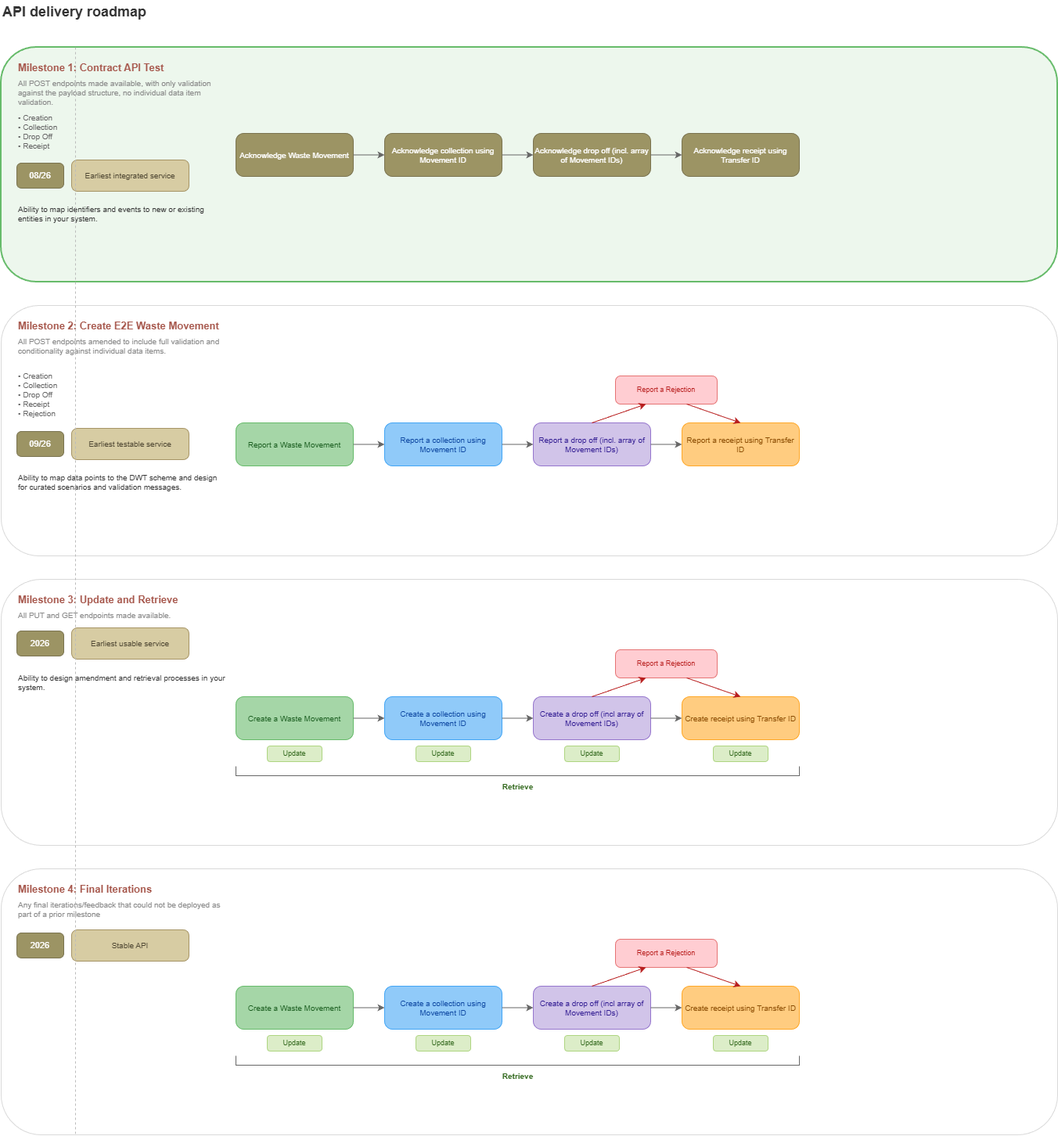
Earlier version of the draw.io export docs/images/dwt-api-delivery-roadmap.png (DEFRA/digital-waste-tracking-api-docs). Source tidied: cells renumbered, new cells last; positions are measured from the earlier drawing's top-left corner, leaving out a move shared by most shapes.
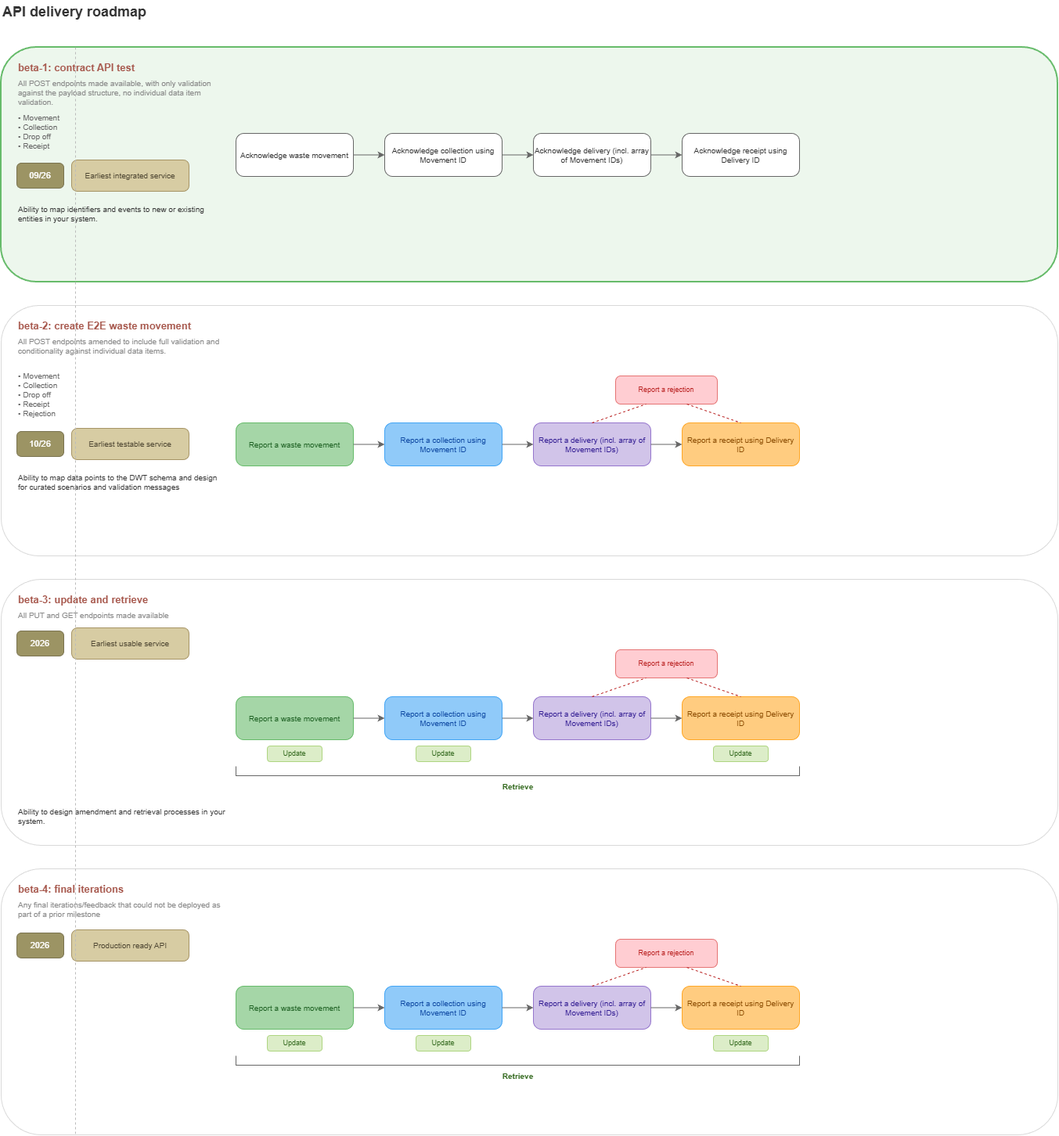
The same diagram one commit later.

What changed in the source:
```diff
@@ -10,3 +10,3 @@
     </mxCell>
-    <mxCell id="4" value="Milestone 1: Contract API Test" style="text;html=1;fontSize=13;fontStyle=1;fontColor=#A6564B;align=left;verticalAlign=top;" parent="1" vertex="1">
+    <mxCell id="4" value="beta-1: contract API test" style="text;html=1;fontSize=13;fontStyle=1;fontColor=#A6564B;align=left;verticalAlign=top;" parent="1" vertex="1">
       <mxGeometry x="20" y="72" width="700" height="20" as="geometry" />
@@ -16,6 +16,6 @@
     </mxCell>
-    <mxCell id="6" value="• Creation&lt;br&gt;• Collection&lt;br&gt;• Drop Off&lt;br&gt;• Receipt" style="text;html=1;fontSize=10;fontColor=#666666;align=left;verticalAlign=top;whiteSpace=wrap;" parent="1" vertex="1">
+    <mxCell id="6" value="• Movement&lt;br&gt;• Collection&lt;br&gt;• Drop off&lt;br&gt;• Receipt" style="text;html=1;fontSize=10;fontColor=#666666;align=left;verticalAlign=top;whiteSpace=wrap;" parent="1" vertex="1">
       <mxGeometry x="20" y="138" width="270" height="65" as="geometry" />
     </mxCell>
-    <mxCell id="7" value="08/26" style="rounded=1;whiteSpace=wrap;html=1;arcSize=18;fillColor=#9C9464;strokeColor=#7A7350;fontColor=#FFFFFF;fontSize=11;align=center;verticalAlign=middle;" parent="1" vertex="1">
+    <mxCell id="7" value="09/26" style="rounded=1;whiteSpace=wrap;html=1;arcSize=18;fillColor=#9C9464;strokeColor=#7A7350;fontColor=#FFFFFF;fontSize=11;align=center;verticalAlign=middle;" parent="1" vertex="1">
       <mxGeometry x="20" y="208" width="60" height="32" as="geometry" />
@@ -28,12 +28,12 @@
     </mxCell>
-    <mxCell id="10" value="Acknowledge Waste Movement" style="rounded=1;whiteSpace=wrap;html=1;arcSize=18;fillColor=#9C9464;strokeColor=#7A7350;fontColor=#FFFFFF;fontSize=10;align=center;verticalAlign=middle;" parent="1" vertex="1">
+    <mxCell id="10" value="Acknowledge waste movement" style="rounded=1;whiteSpace=wrap;html=1;arcSize=18;fillColor=#FFFFFF;strokeColor=#666666;fontColor=#333333;fontSize=10;align=center;verticalAlign=middle;" parent="1" vertex="1">
       <mxGeometry x="300" y="170" width="150" height="55" as="geometry" />
     </mxCell>
-    <mxCell id="11" value="Acknowledge collection using Movement ID" style="rounded=1;whiteSpace=wrap;html=1;arcSize=18;fillColor=#9C9464;strokeColor=#7A7350;fontColor=#FFFFFF;fontSize=10;align=center;verticalAlign=middle;" parent="1" vertex="1">
+    <mxCell id="11" value="Acknowledge collection using Movement ID" style="rounded=1;whiteSpace=wrap;html=1;arcSize=18;fillColor=#FFFFFF;strokeColor=#666666;fontColor=#333333;fontSize=10;align=center;verticalAlign=middle;" parent="1" vertex="1">
       <mxGeometry x="490" y="170" width="150" height="55" as="geometry" />
     </mxCell>
-    <mxCell id="12" value="Acknowledge drop off (incl. array of Movement IDs)" style="rounded=1;whiteSpace=wrap;html=1;arcSize=18;fillColor=#9C9464;strokeColor=#7A7350;fontColor=#FFFFFF;fontSize=10;align=center;verticalAlign=middle;" parent="1" vertex="1">
+    <mxCell id="12" value="Acknowledge delivery (incl. array of Movement IDs)" style="rounded=1;whiteSpace=wrap;html=1;arcSize=18;fillColor=#FFFFFF;strokeColor=#666666;fontColor=#333333;fontSize=10;align=center;verticalAlign=middle;" parent="1" vertex="1">
       <mxGeometry x="680" y="170" width="150" height="55" as="geometry" />
     </mxCell>
-    <mxCell id="13" value="Acknowledge receipt using Transfer ID" style="rounded=1;whiteSpace=wrap;html=1;arcSize=18;fillColor=#9C9464;strokeColor=#7A7350;fontColor=#FFFFFF;fontSize=10;align=center;verticalAlign=middle;" parent="1" vertex="1">
+    <mxCell id="13" value="Acknowledge receipt using Delivery ID" style="rounded=1;whiteSpace=wrap;html=1;arcSize=18;fillColor=#FFFFFF;strokeColor=#666666;fontColor=#333333;fontSize=10;align=center;verticalAlign=middle;" parent="1" vertex="1">
       <mxGeometry x="870" y="170" width="150" height="55" as="geometry" />
@@ -52,3 +52,3 @@
     </mxCell>
-    <mxCell id="18" value="Milestone 2: Create E2E Waste Movement" style="text;html=1;fontSize=13;fontStyle=1;fontColor=#A6564B;align=left;verticalAlign=top;" parent="1" vertex="1">
+    <mxCell id="18" value="beta-2: create E2E waste movement" style="text;html=1;fontSize=13;fontStyle=1;fontColor=#A6564B;align=left;verticalAlign=top;" parent="1" vertex="1">
       <mxGeometry x="20" y="402" width="700" height="20" as="geometry" />
@@ -58,6 +58,6 @@
     </mxCell>
-    <mxCell id="20" value="• Creation&lt;br&gt;• Collection&lt;br&gt;• Drop Off&lt;br&gt;• Receipt&lt;br&gt;• Rejection" style="text;html=1;fontSize=10;fontColor=#666666;align=left;verticalAlign=top;whiteSpace=wrap;" parent="1" vertex="1">
+    <mxCell id="20" value="• Movement&lt;br&gt;• Collection&lt;br&gt;• Drop off&lt;br&gt;• Receipt&lt;br&gt;• Rejection" style="text;html=1;fontSize=10;fontColor=#666666;align=left;verticalAlign=top;whiteSpace=wrap;" parent="1" vertex="1">
       <mxGeometry x="20" y="468" width="270" height="78" as="geometry" />
     </mxCell>
-    <mxCell id="21" value="09/26" style="rounded=1;whiteSpace=wrap;html=1;arcSize=18;fillColor=#9C9464;strokeColor=#7A7350;fontColor=#FFFFFF;fontSize=11;align=center;verticalAlign=middle;" parent="1" vertex="1">
+    <mxCell id="21" value="10/26" style="rounded=1;whiteSpace=wrap;html=1;arcSize=18;fillColor=#9C9464;strokeColor=#7A7350;fontColor=#FFFFFF;fontSize=11;align=center;verticalAlign=middle;" parent="1" vertex="1">
       <mxGeometry x="20" y="551" width="60" height="32" as="geometry" />
@@ -67,6 +67,6 @@
     </mxCell>
-    <mxCell id="23" value="Ability to map data points to the DWT scheme and design for curated scenarios and validation messages." style="text;html=1;fontSize=10;fontColor=#333333;align=left;verticalAlign=top;whiteSpace=wrap;" parent="1" vertex="1">
+    <mxCell id="23" value="Ability to map data points to the DWT schema and design for curated scenarios and validation messages" style="text;html=1;fontSize=10;fontColor=#333333;align=left;verticalAlign=top;whiteSpace=wrap;" parent="1" vertex="1">
       <mxGeometry x="20" y="598" width="270" height="55" as="geometry" />
     </mxCell>
-    <mxCell id="24" value="Report a Waste Movement" style="rounded=1;whiteSpace=wrap;html=1;arcSize=18;fillColor=#A5D6A7;strokeColor=#66BB6A;fontColor=#1B5E20;fontSize=10;align=center;verticalAlign=middle;" parent="1" vertex="1">
+    <mxCell id="24" value="Report a waste movement" style="rounded=1;whiteSpace=wrap;html=1;arcSize=18;fillColor=#A5D6A7;strokeColor=#66BB6A;fontColor=#1B5E20;fontSize=10;align=center;verticalAlign=middle;" parent="1" vertex="1">
       <mxGeometry x="300" y="540" width="150" height="55" as="geometry" />
@@ -76,6 +76,6 @@
     </mxCell>
-    <mxCell id="26" value="Report a drop off (incl. array of Movement IDs)" style="rounded=1;whiteSpace=wrap;html=1;arcSize=18;fillColor=#D1C4E9;strokeColor=#9575CD;fontColor=#311B92;fontSize=10;align=center;verticalAlign=middle;" parent="1" vertex="1">
+    <mxCell id="26" value="Report a delivery (incl. array of Movement IDs)" style="rounded=1;whiteSpace=wrap;html=1;arcSize=18;fillColor=#D1C4E9;strokeColor=#9575CD;fontColor=#311B92;fontSize=10;align=center;verticalAlign=middle;" parent="1" vertex="1">
       <mxGeometry x="680" y="540" width="150" height="55" as="geometry" />
     </mxCell>
-    <mxCell id="27" value="Report a receipt using Transfer ID" style="rounded=1;whiteSpace=wrap;html=1;arcSize=18;fillColor=#FFCC80;strokeColor=#FFA726;fontColor=#8A4B00;fontSize=10;align=center;verticalAlign=middle;" parent="1" vertex="1">
+    <mxCell id="27" value="Report a receipt using Delivery ID" style="rounded=1;whiteSpace=wrap;html=1;arcSize=18;fillColor=#FFCC80;strokeColor=#FFA726;fontColor=#8A4B00;fontSize=10;align=center;verticalAlign=middle;" parent="1" vertex="1">
       <mxGeometry x="870" y="540" width="150" height="55" as="geometry" />
@@ -91,9 +91,9 @@
     </mxCell>
-    <mxCell id="31" value="Report a Rejection" style="rounded=1;whiteSpace=wrap;html=1;arcSize=18;fillColor=#FFCDD2;strokeColor=#E57373;fontColor=#B71C1C;fontSize=9;align=center;verticalAlign=middle;" parent="1" vertex="1">
+    <mxCell id="31" value="Report a rejection" style="rounded=1;whiteSpace=wrap;html=1;arcSize=18;fillColor=#FFCDD2;strokeColor=#E57373;fontColor=#B71C1C;fontSize=9;align=center;verticalAlign=middle;" parent="1" vertex="1">
       <mxGeometry x="785" y="480" width="130" height="36" as="geometry" />
     </mxCell>
-    <mxCell id="32" style="endArrow=classic;html=1;strokeColor=#B71C1C;rounded=0;exitX=0.5;exitY=0;exitDx=0;exitDy=0;entryX=0.3;entryY=1;entryDx=0;entryDy=0;" parent="1" edge="1" source="26" target="31">
+    <mxCell id="32" style="endArrow=none;dashed=1;html=1;strokeColor=#B71C1C;rounded=0;exitX=0.5;exitY=0;exitDx=0;exitDy=0;entryX=0.3;entryY=1;entryDx=0;entryDy=0;" parent="1" edge="1" source="26" target="31">
       <mxGeometry relative="1" as="geometry" />
     </mxCell>
-    <mxCell id="33" style="endArrow=classic;html=1;strokeColor=#B71C1C;rounded=0;exitX=0.7;exitY=1;exitDx=0;exitDy=0;entryX=0.5;entryY=0;entryDx=0;entryDy=0;" parent="1" edge="1" source="31" target="27">
+    <mxCell id="33" style="endArrow=none;dashed=1;html=1;strokeColor=#B71C1C;rounded=0;exitX=0.7;exitY=1;exitDx=0;exitDy=0;entryX=0.5;entryY=0;entryDx=0;entryDy=0;" parent="1" edge="1" source="31" target="27">
       <mxGeometry relative="1" as="geometry" />
@@ -103,6 +103,6 @@
     </mxCell>
-    <mxCell id="35" value="Milestone 3: Update and Retrieve" style="text;html=1;fontSize=13;fontStyle=1;fontColor=#A6564B;align=left;verticalAlign=top;" parent="1" vertex="1">
+    <mxCell id="35" value="beta-3: update and retrieve" style="text;html=1;fontSize=13;fontStyle=1;fontColor=#A6564B;align=left;verticalAlign=top;" parent="1" vertex="1">
       <mxGeometry x="20" y="752" width="700" height="20" as="geometry" />
     </mxCell>
-    <mxCell id="36" value="All PUT and GET endpoints made available." style="text;html=1;fontSize=10;fontColor=#8A8A8A;align=left;verticalAlign=top;whiteSpace=wrap;" parent="1" vertex="1">
+    <mxCell id="36" value="All PUT and GET endpoints made available" style="text;html=1;fontSize=10;fontColor=#8A8A8A;align=left;verticalAlign=top;whiteSpace=wrap;" parent="1" vertex="1">
       <mxGeometry x="20" y="774" width="270" height="24" as="geometry" />
@@ -116,14 +116,14 @@
     <mxCell id="39" value="Ability to design amendment and retrieval processes in your system." style="text;html=1;fontSize=10;fontColor=#333333;align=left;verticalAlign=top;whiteSpace=wrap;" parent="1" vertex="1">
-      <mxGeometry x="20" y="854" width="270" height="40" as="geometry" />
+      <mxGeometry x="20" y="1025" width="270" height="40" as="geometry" />
     </mxCell>
-    <mxCell id="40" value="Create a Waste Movement" style="rounded=1;whiteSpace=wrap;html=1;arcSize=18;fillColor=#A5D6A7;strokeColor=#66BB6A;fontColor=#1B5E20;fontSize=10;align=center;verticalAlign=middle;" parent="1" vertex="1">
+    <mxCell id="40" value="Report a waste movement" style="rounded=1;whiteSpace=wrap;html=1;arcSize=18;fillColor=#A5D6A7;strokeColor=#66BB6A;fontColor=#1B5E20;fontSize=10;align=center;verticalAlign=middle;" parent="1" vertex="1">
       <mxGeometry x="300" y="890" width="150" height="55" as="geometry" />
     </mxCell>
-    <mxCell id="41" value="Create a collection using Movement ID" style="rounded=1;whiteSpace=wrap;html=1;arcSize=18;fillColor=#90CAF9;strokeColor=#42A5F5;fontColor=#0D47A1;fontSize=10;align=center;verticalAlign=middle;" parent="1" vertex="1">
+    <mxCell id="41" value="Report a collection using Movement ID" style="rounded=1;whiteSpace=wrap;html=1;arcSize=18;fillColor=#90CAF9;strokeColor=#42A5F5;fontColor=#0D47A1;fontSize=10;align=center;verticalAlign=middle;" parent="1" vertex="1">
       <mxGeometry x="490" y="890" width="150" height="55" as="geometry" />
     </mxCell>
-    <mxCell id="42" value="Create a drop off (incl array of Movement IDs)" style="rounded=1;whiteSpace=wrap;html=1;arcSize=18;fillColor=#D1C4E9;strokeColor=#9575CD;fontColor=#311B92;fontSize=10;align=center;verticalAlign=middle;" parent="1" vertex="1">
+    <mxCell id="42" value="Report a delivery (incl. array of Movement IDs)" style="rounded=1;whiteSpace=wrap;html=1;arcSize=18;fillColor=#D1C4E9;strokeColor=#9575CD;fontColor=#311B92;fontSize=10;align=center;verticalAlign=middle;" parent="1" vertex="1">
       <mxGeometry x="680" y="890" width="150" height="55" as="geometry" />
     </mxCell>
-    <mxCell id="43" value="Create receipt using Transfer ID" style="rounded=1;whiteSpace=wrap;html=1;arcSize=18;fillColor=#FFCC80;strokeColor=#FFA726;fontColor=#8A4B00;fontSize=10;align=center;verticalAlign=middle;" parent="1" vertex="1">
+    <mxCell id="43" value="Report a receipt using Delivery ID" style="rounded=1;whiteSpace=wrap;html=1;arcSize=18;fillColor=#FFCC80;strokeColor=#FFA726;fontColor=#8A4B00;fontSize=10;align=center;verticalAlign=middle;" parent="1" vertex="1">
       <mxGeometry x="870" y="890" width="150" height="55" as="geometry" />
@@ -139,9 +139,9 @@
     </mxCell>
-    <mxCell id="47" value="Report a Rejection" style="rounded=1;whiteSpace=wrap;html=1;arcSize=18;fillColor=#FFCDD2;strokeColor=#E57373;fontColor=#B71C1C;fontSize=9;align=center;verticalAlign=middle;" parent="1" vertex="1">
+    <mxCell id="47" value="Report a rejection" style="rounded=1;whiteSpace=wrap;html=1;arcSize=18;fillColor=#FFCDD2;strokeColor=#E57373;fontColor=#B71C1C;fontSize=9;align=center;verticalAlign=middle;" parent="1" vertex="1">
       <mxGeometry x="785" y="830" width="130" height="36" as="geometry" />
     </mxCell>
-    <mxCell id="48" style="endArrow=classic;html=1;strokeColor=#B71C1C;rounded=0;exitX=0.5;exitY=0;exitDx=0;exitDy=0;entryX=0.3;entryY=1;entryDx=0;entryDy=0;" parent="1" edge="1" source="42" target="47">
+    <mxCell id="48" style="endArrow=none;dashed=1;html=1;strokeColor=#B71C1C;rounded=0;exitX=0.5;exitY=0;exitDx=0;exitDy=0;entryX=0.3;entryY=1;entryDx=0;entryDy=0;" parent="1" edge="1" source="42" target="47">
       <mxGeometry relative="1" as="geometry" />
     </mxCell>
-    <mxCell id="49" style="endArrow=classic;html=1;strokeColor=#B71C1C;rounded=0;exitX=0.7;exitY=1;exitDx=0;exitDy=0;entryX=0.5;entryY=0;entryDx=0;entryDy=0;" parent="1" edge="1" source="47" target="43">
+    <mxCell id="49" style="endArrow=none;dashed=1;html=1;strokeColor=#B71C1C;rounded=0;exitX=0.7;exitY=1;exitDx=0;exitDy=0;entryX=0.5;entryY=0;entryDx=0;entryDy=0;" parent="1" edge="1" source="47" target="43">
       <mxGeometry relative="1" as="geometry" />
@@ -154,5 +154,2 @@
     </mxCell>
-    <mxCell id="52" value="Update" style="rounded=1;whiteSpace=wrap;html=1;arcSize=18;fillColor=#DCEDC8;strokeColor=#AED581;fontColor=#33691E;fontSize=9;align=center;verticalAlign=middle;" parent="1" vertex="1">
-      <mxGeometry x="720" y="953" width="70" height="20" as="geometry" />
-    </mxCell>
     <mxCell id="53" value="Update" style="rounded=1;whiteSpace=wrap;html=1;arcSize=18;fillColor=#DCEDC8;strokeColor=#AED581;fontColor=#33691E;fontSize=9;align=center;verticalAlign=middle;" parent="1" vertex="1">
@@ -176,3 +173,3 @@
     </mxCell>
-    <mxCell id="57" value="Milestone 4: Final Iterations" style="text;html=1;fontSize=13;fontStyle=1;fontColor=#A6564B;align=left;verticalAlign=top;" parent="1" vertex="1">
+    <mxCell id="57" value="beta-4: final iterations" style="text;html=1;fontSize=13;fontStyle=1;fontColor=#A6564B;align=left;verticalAlign=top;" parent="1" vertex="1">
       <mxGeometry x="20" y="1122" width="700" height="20" as="geometry" />
@@ -185,15 +182,15 @@
     </mxCell>
-    <mxCell id="60" value="Stable API" style="rounded=1;whiteSpace=wrap;html=1;arcSize=18;fillColor=#D7CCA3;strokeColor=#A69465;fontColor=#4E4632;fontSize=10;align=center;verticalAlign=middle;" parent="1" vertex="1">
+    <mxCell id="60" value="Production ready API" style="rounded=1;whiteSpace=wrap;html=1;arcSize=18;fillColor=#D7CCA3;strokeColor=#A69465;fontColor=#4E4632;fontSize=10;align=center;verticalAlign=middle;" parent="1" vertex="1">
       <mxGeometry x="90" y="1188" width="150" height="40" as="geometry" />
     </mxCell>
-    <mxCell id="61" value="Create a Waste Movement" style="rounded=1;whiteSpace=wrap;html=1;arcSize=18;fillColor=#A5D6A7;strokeColor=#66BB6A;fontColor=#1B5E20;fontSize=10;align=center;verticalAlign=middle;" parent="1" vertex="1">
+    <mxCell id="61" value="Report a waste movement" style="rounded=1;whiteSpace=wrap;html=1;arcSize=18;fillColor=#A5D6A7;strokeColor=#66BB6A;fontColor=#1B5E20;fontSize=10;align=center;verticalAlign=middle;" parent="1" vertex="1">
       <mxGeometry x="300" y="1260" width="150" height="55" as="geometry" />
     </mxCell>
-    <mxCell id="62" value="Create a collection using Movement ID" style="rounded=1;whiteSpace=wrap;html=1;arcSize=18;fillColor=#90CAF9;strokeColor=#42A5F5;fontColor=#0D47A1;fontSize=10;align=center;verticalAlign=middle;" parent="1" vertex="1">
+    <mxCell id="62" value="Report a collection using Movement ID" style="rounded=1;whiteSpace=wrap;html=1;arcSize=18;fillColor=#90CAF9;strokeColor=#42A5F5;fontColor=#0D47A1;fontSize=10;align=center;verticalAlign=middle;" parent="1" vertex="1">
       <mxGeometry x="490" y="1260" width="150" height="55" as="geometry" />
     </mxCell>
-    <mxCell id="63" value="Create a drop off (incl array of Movement IDs)" style="rounded=1;whiteSpace=wrap;html=1;arcSize=18;fillColor=#D1C4E9;strokeColor=#9575CD;fontColor=#311B92;fontSize=10;align=center;verticalAlign=middle;" parent="1" vertex="1">
+    <mxCell id="63" value="Report a delivery (incl. array of Movement IDs)" style="rounded=1;whiteSpace=wrap;html=1;arcSize=18;fillColor=#D1C4E9;strokeColor=#9575CD;fontColor=#311B92;fontSize=10;align=center;verticalAlign=middle;" parent="1" vertex="1">
       <mxGeometry x="680" y="1260" width="150" height="55" as="geometry" />
     </mxCell>
-    <mxCell id="64" value="Create receipt using Transfer ID" style="rounded=1;whiteSpace=wrap;html=1;arcSize=18;fillColor=#FFCC80;strokeColor=#FFA726;fontColor=#8A4B00;fontSize=10;align=center;verticalAlign=middle;" parent="1" vertex="1">
+    <mxCell id="64" value="Report a receipt using Delivery ID" style="rounded=1;whiteSpace=wrap;html=1;arcSize=18;fillColor=#FFCC80;strokeColor=#FFA726;fontColor=#8A4B00;fontSize=10;align=center;verticalAlign=middle;" parent="1" vertex="1">
       <mxGeometry x="870" y="1260" width="150" height="55" as="geometry" />
@@ -209,9 +206,9 @@
     </mxCell>
-    <mxCell id="68" value="Report a Rejection" style="rounded=1;whiteSpace=wrap;html=1;arcSize=18;fillColor=#FFCDD2;strokeColor=#E57373;fontColor=#B71C1C;fontSize=9;align=center;verticalAlign=middle;" parent="1" vertex="1">
+    <mxCell id="68" value="Report a rejection" style="rounded=1;whiteSpace=wrap;html=1;arcSize=18;fillColor=#FFCDD2;strokeColor=#E57373;fontColor=#B71C1C;fontSize=9;align=center;verticalAlign=middle;" parent="1" vertex="1">
       <mxGeometry x="785" y="1200" width="130" height="36" as="geometry" />
     </mxCell>
-    <mxCell id="69" style="endArrow=classic;html=1;strokeColor=#B71C1C;rounded=0;exitX=0.5;exitY=0;exitDx=0;exitDy=0;entryX=0.3;entryY=1;entryDx=0;entryDy=0;" parent="1" edge="1" source="63" target="68">
+    <mxCell id="69" style="endArrow=none;dashed=1;html=1;strokeColor=#B71C1C;rounded=0;exitX=0.5;exitY=0;exitDx=0;exitDy=0;entryX=0.3;entryY=1;entryDx=0;entryDy=0;" parent="1" edge="1" source="63" target="68">
       <mxGeometry relative="1" as="geometry" />
     </mxCell>
-    <mxCell id="70" style="endArrow=classic;html=1;strokeColor=#B71C1C;rounded=0;exitX=0.7;exitY=1;exitDx=0;exitDy=0;entryX=0.5;entryY=0;entryDx=0;entryDy=0;" parent="1" edge="1" source="68" target="64">
+    <mxCell id="70" style="endArrow=none;dashed=1;html=1;strokeColor=#B71C1C;rounded=0;exitX=0.7;exitY=1;exitDx=0;exitDy=0;entryX=0.5;entryY=0;entryDx=0;entryDy=0;" parent="1" edge="1" source="68" target="64">
       <mxGeometry relative="1" as="geometry" />
@@ -224,5 +221,2 @@
     </mxCell>
-    <mxCell id="73" value="Update" style="rounded=1;whiteSpace=wrap;html=1;arcSize=18;fillColor=#DCEDC8;strokeColor=#AED581;fontColor=#33691E;fontSize=9;align=center;verticalAlign=middle;" parent="1" vertex="1">
-      <mxGeometry x="720" y="1323" width="70" height="20" as="geometry" />
-    </mxCell>
     <mxCell id="74" value="Update" style="rounded=1;whiteSpace=wrap;html=1;arcSize=18;fillColor=#DCEDC8;strokeColor=#AED581;fontColor=#33691E;fontSize=9;align=center;verticalAlign=middle;" parent="1" vertex="1">
```
